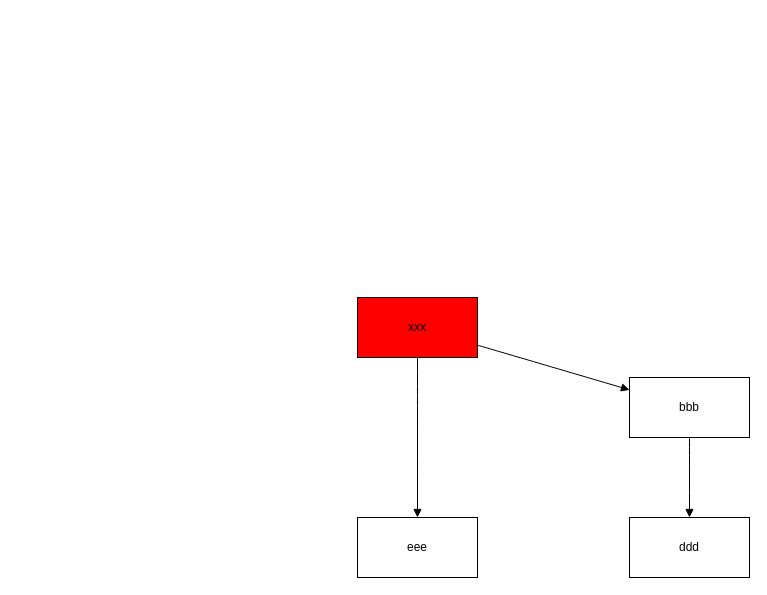
saga/architecture-diagram-studio keeps this draw.io diagram as test.drawio. Above is the earlier version. Source tidied: cells renumbered, new cells numbered last; positions are measured from the earlier drawing's top-left corner, leaving out a move shared by most shapes. Both pictures are drawn from the tidied source at 100%, with x=0, y=0 at pixel (357, 297).
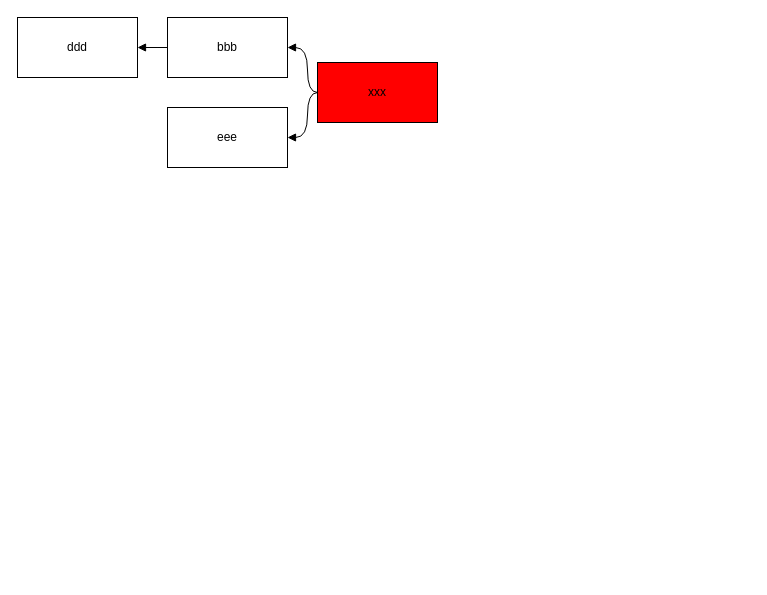
The same diagram, later.

Diff of the diagram source:
```diff
@@
 <mxGraphModel>
   <root>
     <mxCell id="0" />
     <mxCell id="1" parent="0" />
     <mxCell id="2" value="xxx" style="whiteSpace=wrap;html=1;fillColor=#ff0000;" parent="1" vertex="1">
-      <mxGeometry width="120" height="60" as="geometry" />
+      <mxGeometry x="-40" y="-235" width="120" height="60" as="geometry" />
     </mxCell>
     <mxCell id="3" value="bbb" style="rounded=0;whiteSpace=wrap;html=1;" parent="1" vertex="1">
-      <mxGeometry x="272" y="80" width="120" height="60" as="geometry" />
+      <mxGeometry x="-190" y="-280" width="120" height="60" as="geometry" />
     </mxCell>
-    <mxCell id="4" style="rounded=0;jettySize=auto;html=1;endArrow=block;endFill=1;curved=1;" parent="1" edge="1" source="2" target="3">
-      <mxGeometry relative="1" as="geometry" />
+    <mxCell id="4" style="rounded=0;jettySize=auto;html=1;endArrow=block;endFill=1;curved=1;exitX=0;exitY=0.5;entryX=1;entryY=0.5;edgeStyle=orthogonalEdgeStyle;" parent="1" edge="1" source="2" target="3">
+      <mxGeometry relative="1" as="geometry">
+        <Array as="points">
+          <mxPoint x="-50" y="-205" />
+          <mxPoint x="-50" y="-250" />
+        </Array>
+      </mxGeometry>
     </mxCell>
     <mxCell id="5" value="ddd" style="rounded=0;whiteSpace=wrap;html=1;" parent="1" vertex="1">
-      <mxGeometry x="272" y="220" width="120" height="60" as="geometry" />
+      <mxGeometry x="-340" y="-280" width="120" height="60" as="geometry" />
     </mxCell>
     <mxCell id="6" value="eee" style="rounded=0;whiteSpace=wrap;html=1;" parent="1" vertex="1">
-      <mxGeometry y="220" width="120" height="60" as="geometry" />
+      <mxGeometry x="-190" y="-190" width="120" height="60" as="geometry" />
     </mxCell>
-    <mxCell id="7" style="rounded=0;jettySize=auto;html=1;endArrow=block;endFill=1;curved=1;" parent="1" edge="1" source="3" target="5">
-      <mxGeometry relative="1" as="geometry" />
+    <mxCell id="7" style="rounded=0;jettySize=auto;html=1;endArrow=block;endFill=1;curved=1;exitX=0;exitY=0.5;entryX=1;entryY=0.5;edgeStyle=orthogonalEdgeStyle;" parent="1" edge="1" source="3" target="5">
+      <mxGeometry relative="1" as="geometry">
+        <Array as="points">
+          <mxPoint x="-200" y="-250" />
+        </Array>
+      </mxGeometry>
     </mxCell>
-    <mxCell id="8" style="rounded=0;jettySize=auto;html=1;endArrow=block;endFill=1;curved=1;" parent="1" edge="1" source="2" target="6">
-      <mxGeometry relative="1" as="geometry" />
+    <mxCell id="8" style="rounded=0;jettySize=auto;html=1;endArrow=block;endFill=1;curved=1;exitX=0;exitY=0.5;entryX=1;entryY=0.5;edgeStyle=orthogonalEdgeStyle;" parent="1" edge="1" source="2" target="6">
+      <mxGeometry relative="1" as="geometry">
+        <Array as="points">
+          <mxPoint x="-50" y="-205" />
+          <mxPoint x="-50" y="-160" />
+        </Array>
+      </mxGeometry>
     </mxCell>
   </root>
 </mxGraphModel>
```
